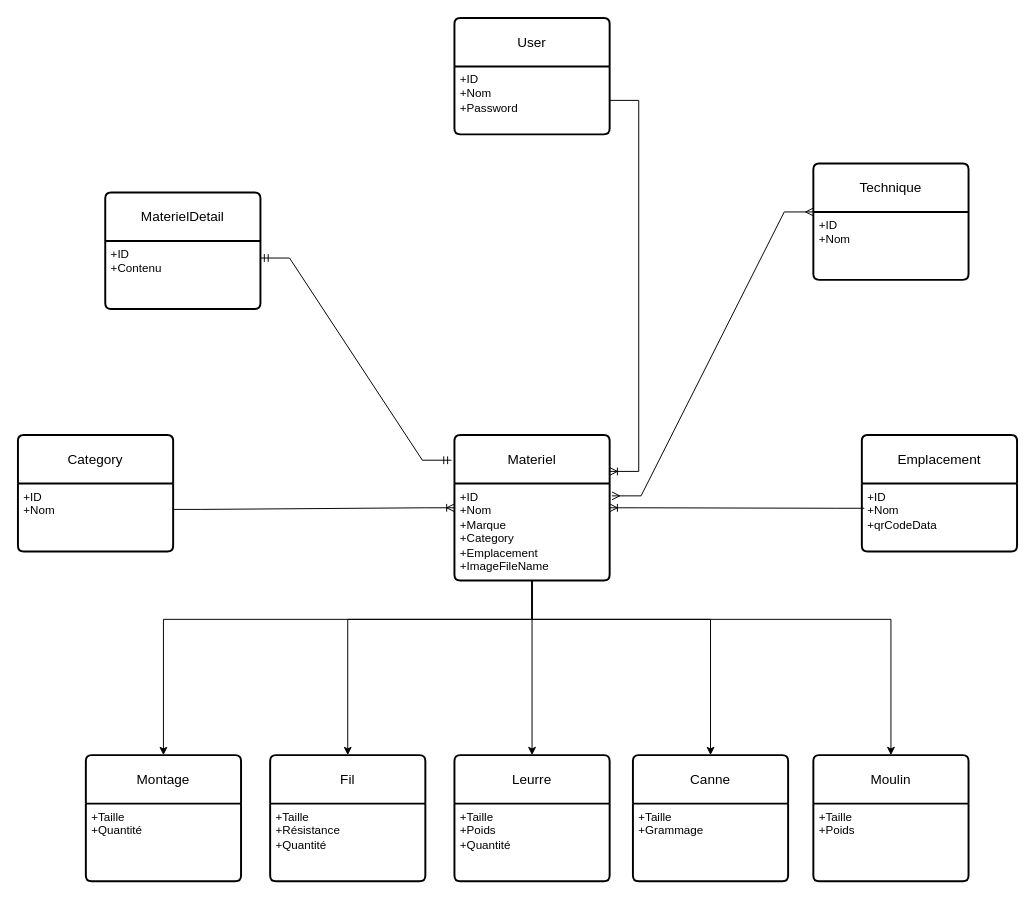
Before: maquettes/Entités StockTonMatos.drawio in IvanK420/StockTonMatos, a draw.io diagram. Source tidied: cells renumbered, new cells numbered last; positions are measured from the earlier drawing's top-left corner, leaving out a move shared by most shapes. Both pictures are drawn from the tidied source at 97%, with x=0, y=0 at pixel (17, 17).
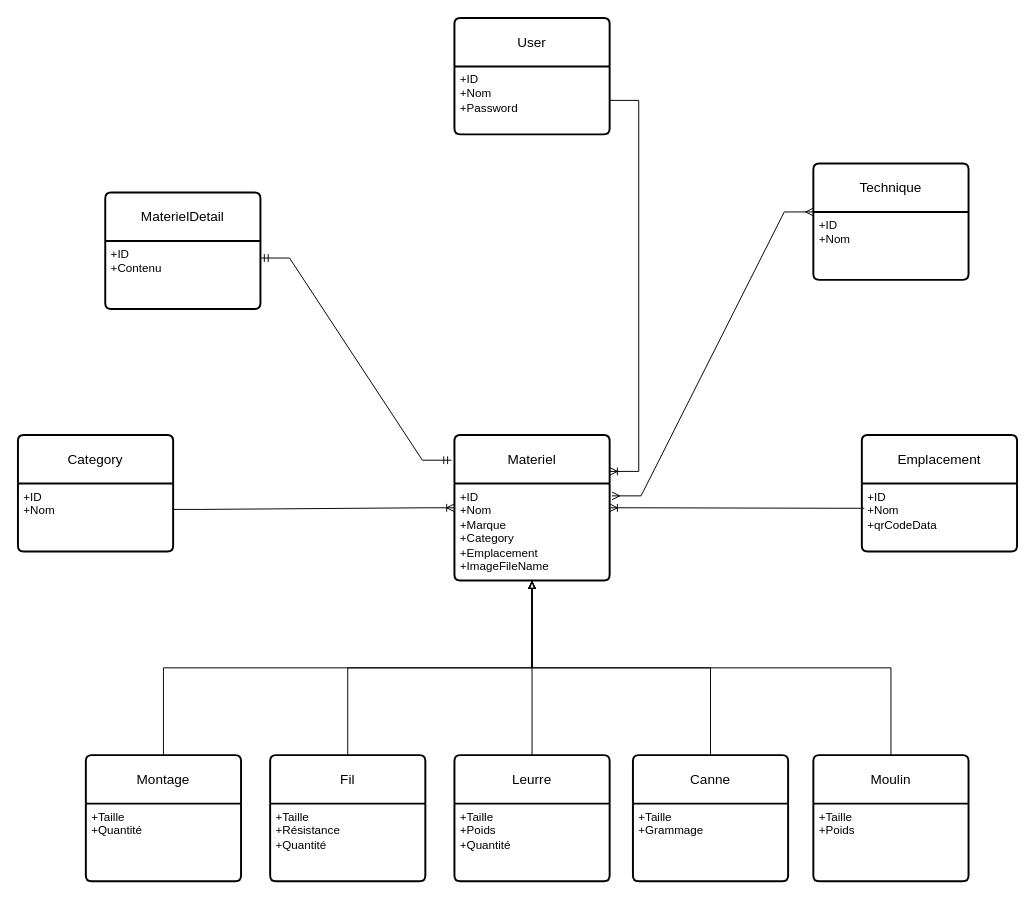
After the change.

The change refers to these unchanged cells:
```xml
<mxCell id="7" value="Materiel" style="swimlane;horizontal=1;startSize=50;rounded=1;fontSize=14;fontStyle=0;strokeWidth=2;shadow=0;dashed=0;align=center;arcSize=4;whiteSpace=wrap;html=1;" parent="1" vertex="1">
  <mxGeometry x="450" y="430" width="160" height="150" as="geometry" />
</mxCell>
<mxCell id="8" value="+ID&lt;br&gt;+Nom&lt;br&gt;+Marque&lt;div&gt;+Category&lt;/div&gt;&lt;div&gt;+Emplacement&lt;/div&gt;&lt;div&gt;+ImageFileName&lt;/div&gt;" style="align=left;strokeColor=none;fillColor=none;spacingLeft=4;spacingRight=4;fontSize=12;verticalAlign=top;html=1;whiteSpace=wrap;" parent="7" vertex="1">
  <mxGeometry y="50" width="160" height="100" as="geometry" />
</mxCell>
<mxCell id="9" value="Canne" style="swimlane;horizontal=1;startSize=50;rounded=1;fontSize=14;fontStyle=0;strokeWidth=2;shadow=0;dashed=0;align=center;arcSize=4;whiteSpace=wrap;html=1;" parent="1" vertex="1">
  <mxGeometry x="634" y="760" width="160" height="130" as="geometry" />
</mxCell>
<mxCell id="11" value="Moulin" style="swimlane;horizontal=1;startSize=50;rounded=1;fontSize=14;fontStyle=0;strokeWidth=2;shadow=0;dashed=0;align=center;arcSize=4;whiteSpace=wrap;html=1;" parent="1" vertex="1">
  <mxGeometry x="820" y="760" width="160" height="130" as="geometry" />
</mxCell>
<mxCell id="13" value="Leurre" style="swimlane;horizontal=1;startSize=50;rounded=1;fontSize=14;fontStyle=0;strokeWidth=2;shadow=0;dashed=0;align=center;arcSize=4;whiteSpace=wrap;html=1;" parent="1" vertex="1">
  <mxGeometry x="450" y="760" width="160" height="130" as="geometry" />
</mxCell>
<mxCell id="15" value="Fil" style="swimlane;horizontal=1;startSize=50;rounded=1;fontSize=14;fontStyle=0;strokeWidth=2;shadow=0;dashed=0;align=center;arcSize=4;whiteSpace=wrap;html=1;" parent="1" vertex="1">
  <mxGeometry x="260" y="760" width="160" height="130" as="geometry" />
</mxCell>
<mxCell id="17" value="Montage" style="swimlane;horizontal=1;startSize=50;rounded=1;fontSize=14;fontStyle=0;strokeWidth=2;shadow=0;dashed=0;align=center;arcSize=4;whiteSpace=wrap;html=1;" parent="1" vertex="1">
  <mxGeometry x="70" y="760" width="160" height="130" as="geometry" />
</mxCell>
```

Change to the diagram source:
```diff
@@
-    <mxCell id="2" style="edgeStyle=orthogonalEdgeStyle;rounded=0;jettySize=auto;html=1;" parent="1" edge="1" source="7" target="9">
-      <mxGeometry relative="1" as="geometry">
-        <Array as="points">
-          <mxPoint x="714" y="620" />
-        </Array>
-      </mxGeometry>
-    </mxCell>
-    <mxCell id="3" style="edgeStyle=orthogonalEdgeStyle;rounded=0;jettySize=auto;html=1;" parent="1" edge="1" source="7" target="11">
-      <mxGeometry relative="1" as="geometry">
-        <Array as="points">
-          <mxPoint x="900" y="620" />
-        </Array>
-      </mxGeometry>
-    </mxCell>
-    <mxCell id="4" style="edgeStyle=orthogonalEdgeStyle;rounded=0;jettySize=auto;html=1;" parent="1" edge="1" source="7" target="13">
-      <mxGeometry relative="1" as="geometry" />
-    </mxCell>
-    <mxCell id="5" style="edgeStyle=orthogonalEdgeStyle;rounded=0;jettySize=auto;html=1;" parent="1" edge="1" source="7" target="15">
-      <mxGeometry relative="1" as="geometry">
-        <Array as="points">
-          <mxPoint x="340" y="620" />
-        </Array>
-      </mxGeometry>
-    </mxCell>
-    <mxCell id="6" style="edgeStyle=orthogonalEdgeStyle;rounded=0;jettySize=auto;html=1;" parent="1" edge="1" source="7" target="17">
-      <mxGeometry relative="1" as="geometry">
-        <Array as="points">
-          <mxPoint x="150" y="620" />
-        </Array>
-      </mxGeometry>
-    </mxCell>
@@
+    <mxCell id="34" style="edgeStyle=orthogonalEdgeStyle;rounded=0;jettySize=auto;html=1;endArrow=block;endFill=0;" parent="1" edge="1" source="9">
+      <mxGeometry relative="1" as="geometry">
+        <mxPoint x="530" y="580" as="targetPoint" />
+        <Array as="points">
+          <mxPoint x="714" y="670" />
+          <mxPoint x="530" y="670" />
+        </Array>
+      </mxGeometry>
+    </mxCell>
@@
+    <mxCell id="35" style="edgeStyle=orthogonalEdgeStyle;rounded=0;jettySize=auto;html=1;entryX=0.5;entryY=1;entryDx=0;entryDy=0;endArrow=block;endFill=0;" parent="1" edge="1" source="11" target="8">
+      <mxGeometry relative="1" as="geometry">
+        <Array as="points">
+          <mxPoint x="900" y="670" />
+          <mxPoint x="530" y="670" />
+        </Array>
+      </mxGeometry>
+    </mxCell>
@@
+    <mxCell id="36" style="edgeStyle=orthogonalEdgeStyle;rounded=0;jettySize=auto;html=1;endArrow=blockThin;endFill=0;" parent="1" edge="1" source="13">
+      <mxGeometry relative="1" as="geometry">
+        <mxPoint x="530" y="580" as="targetPoint" />
+      </mxGeometry>
+    </mxCell>
@@
+    <mxCell id="37" style="edgeStyle=orthogonalEdgeStyle;rounded=0;jettySize=auto;html=1;entryX=0.5;entryY=1;entryDx=0;entryDy=0;endArrow=block;endFill=0;" parent="1" edge="1" source="15" target="8">
+      <mxGeometry relative="1" as="geometry">
+        <Array as="points">
+          <mxPoint x="340" y="670" />
+          <mxPoint x="530" y="670" />
+        </Array>
+      </mxGeometry>
+    </mxCell>
@@
+    <mxCell id="38" style="edgeStyle=orthogonalEdgeStyle;rounded=0;jettySize=auto;html=1;entryX=0.5;entryY=1;entryDx=0;entryDy=0;endArrow=block;endFill=0;" parent="1" edge="1" target="8">
+      <mxGeometry relative="1" as="geometry">
+        <mxPoint x="150" y="760" as="sourcePoint" />
+        <Array as="points">
+          <mxPoint x="150" y="670" />
+          <mxPoint x="530" y="670" />
+        </Array>
+      </mxGeometry>
+    </mxCell>
```
